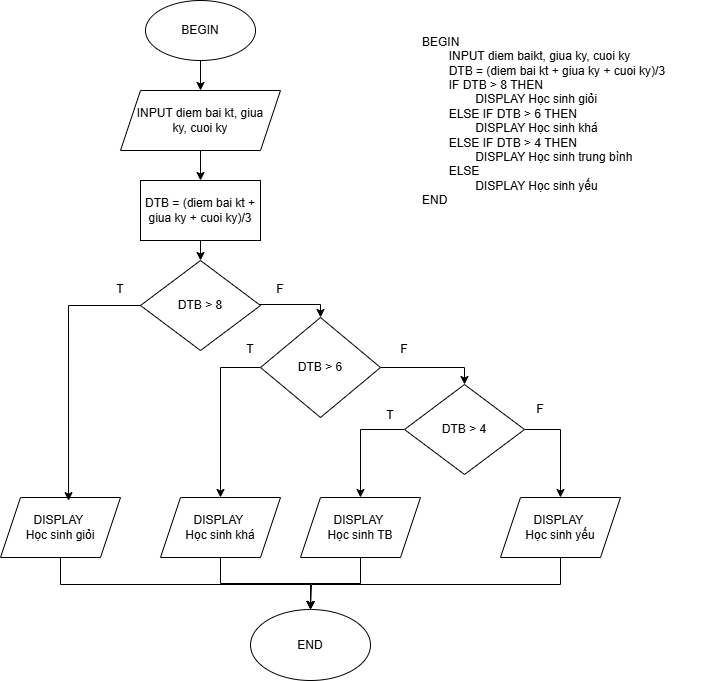
Above: bai2.drawio.png in NguyenHoang1122/btcautrucdk (draw.io), before the change. Source tidied: cells renumbered, new cells last; positions are measured from the earlier drawing's top-left corner, leaving out a move shared by most shapes. The source it was exported from:
```xml
<mxGraphModel background="#ffffff">
  <root>
    <mxCell id="0" />
    <mxCell id="1" parent="0" />
    <mxCell id="2" style="edgeStyle=orthogonalEdgeStyle;rounded=0;jettySize=auto;html=1;" parent="1" edge="1" source="3" target="5">
      <mxGeometry relative="1" as="geometry" />
    </mxCell>
    <mxCell id="3" value="BEGIN" style="ellipse;whiteSpace=wrap;html=1;" parent="1" vertex="1">
      <mxGeometry x="145" width="110" height="60" as="geometry" />
    </mxCell>
    <mxCell id="4" style="edgeStyle=orthogonalEdgeStyle;rounded=0;jettySize=auto;html=1;" parent="1" edge="1" source="5" target="31">
      <mxGeometry relative="1" as="geometry" />
    </mxCell>
    <mxCell id="5" value="INPUT diem bai kt,&amp;nbsp;&lt;span style=&quot;background-color: transparent; color: light-dark(rgb(0, 0, 0), rgb(255, 255, 255));&quot;&gt;giua ky,&amp;nbsp;&lt;/span&gt;&lt;span style=&quot;background-color: transparent; color: light-dark(rgb(0, 0, 0), rgb(255, 255, 255));&quot;&gt;cuoi ky&lt;/span&gt;" style="shape=parallelogram;perimeter=parallelogramPerimeter;whiteSpace=wrap;html=1;fixedSize=1;" parent="1" vertex="1">
      <mxGeometry x="120" y="90" width="160" height="60" as="geometry" />
    </mxCell>
    <mxCell id="6" style="edgeStyle=orthogonalEdgeStyle;rounded=0;jettySize=auto;html=1;entryX=0.5;entryY=0;entryDx=0;entryDy=0;" parent="1" edge="1" source="7" target="12">
      <mxGeometry relative="1" as="geometry">
        <Array as="points">
          <mxPoint x="320" y="304" />
        </Array>
      </mxGeometry>
    </mxCell>
    <mxCell id="7" value="DTB &amp;gt; 8" style="rhombus;whiteSpace=wrap;html=1;" parent="1" vertex="1">
      <mxGeometry x="140" y="260" width="120" height="90" as="geometry" />
    </mxCell>
    <mxCell id="8" style="edgeStyle=orthogonalEdgeStyle;rounded=0;jettySize=auto;html=1;entryX=0.5;entryY=0;entryDx=0;entryDy=0;" parent="1" edge="1" source="9" target="22">
      <mxGeometry relative="1" as="geometry">
        <Array as="points">
          <mxPoint x="60" y="584" />
          <mxPoint x="310" y="584" />
        </Array>
      </mxGeometry>
    </mxCell>
    <mxCell id="9" value="DISPLAY&amp;nbsp;&lt;div&gt;Học sinh giỏi&lt;/div&gt;" style="shape=parallelogram;perimeter=parallelogramPerimeter;whiteSpace=wrap;html=1;fixedSize=1;" parent="1" vertex="1">
      <mxGeometry y="497" width="120" height="60" as="geometry" />
    </mxCell>
    <mxCell id="10" style="edgeStyle=orthogonalEdgeStyle;rounded=0;jettySize=auto;html=1;entryX=0.5;entryY=0;entryDx=0;entryDy=0;" parent="1" edge="1" source="12" target="17">
      <mxGeometry relative="1" as="geometry">
        <Array as="points">
          <mxPoint x="464" y="367" />
        </Array>
      </mxGeometry>
    </mxCell>
    <mxCell id="11" style="edgeStyle=orthogonalEdgeStyle;rounded=0;jettySize=auto;html=1;entryX=0.5;entryY=0;entryDx=0;entryDy=0;exitX=0;exitY=0.5;exitDx=0;exitDy=0;" parent="1" edge="1" source="12" target="14">
      <mxGeometry relative="1" as="geometry" />
    </mxCell>
    <mxCell id="12" value="DTB &amp;gt; 6" style="rhombus;whiteSpace=wrap;html=1;" parent="1" vertex="1">
      <mxGeometry x="260" y="317" width="120" height="100" as="geometry" />
    </mxCell>
    <mxCell id="13" style="edgeStyle=orthogonalEdgeStyle;rounded=0;jettySize=auto;html=1;entryX=0.5;entryY=0;entryDx=0;entryDy=0;" parent="1" edge="1" source="14" target="22">
      <mxGeometry relative="1" as="geometry" />
    </mxCell>
    <mxCell id="14" value="DISPLAY&amp;nbsp;&lt;div&gt;Học sinh khá&lt;/div&gt;" style="shape=parallelogram;perimeter=parallelogramPerimeter;whiteSpace=wrap;html=1;fixedSize=1;" parent="1" vertex="1">
      <mxGeometry x="160" y="497" width="120" height="60" as="geometry" />
    </mxCell>
    <mxCell id="15" style="edgeStyle=orthogonalEdgeStyle;rounded=0;jettySize=auto;html=1;entryX=0.5;entryY=0;entryDx=0;entryDy=0;exitX=1;exitY=0.5;exitDx=0;exitDy=0;" parent="1" edge="1" source="17" target="21">
      <mxGeometry relative="1" as="geometry" />
    </mxCell>
    <mxCell id="16" style="edgeStyle=orthogonalEdgeStyle;rounded=0;jettySize=auto;html=1;entryX=0.5;entryY=0;entryDx=0;entryDy=0;exitX=0;exitY=0.5;exitDx=0;exitDy=0;" parent="1" edge="1" source="17" target="19">
      <mxGeometry relative="1" as="geometry">
        <Array as="points">
          <mxPoint x="360" y="429" />
        </Array>
      </mxGeometry>
    </mxCell>
    <mxCell id="17" value="DTB &amp;gt; 4" style="rhombus;whiteSpace=wrap;html=1;" parent="1" vertex="1">
      <mxGeometry x="404" y="384" width="120" height="90" as="geometry" />
    </mxCell>
    <mxCell id="18" style="edgeStyle=orthogonalEdgeStyle;rounded=0;jettySize=auto;html=1;entryX=0.5;entryY=0;entryDx=0;entryDy=0;" parent="1" edge="1" source="19" target="22">
      <mxGeometry relative="1" as="geometry" />
    </mxCell>
    <mxCell id="19" value="DISPLAY&amp;nbsp;&lt;div&gt;Học sinh TB&lt;/div&gt;" style="shape=parallelogram;perimeter=parallelogramPerimeter;whiteSpace=wrap;html=1;fixedSize=1;" parent="1" vertex="1">
      <mxGeometry x="300" y="497" width="120" height="60" as="geometry" />
    </mxCell>
    <mxCell id="20" style="edgeStyle=orthogonalEdgeStyle;rounded=0;jettySize=auto;html=1;entryX=0.5;entryY=0;entryDx=0;entryDy=0;" parent="1" edge="1" source="21" target="22">
      <mxGeometry relative="1" as="geometry">
        <Array as="points">
          <mxPoint x="560" y="584" />
          <mxPoint x="311" y="584" />
        </Array>
      </mxGeometry>
    </mxCell>
    <mxCell id="21" value="DISPLAY&amp;nbsp;&lt;div&gt;Học sinh yếu&lt;/div&gt;" style="shape=parallelogram;perimeter=parallelogramPerimeter;whiteSpace=wrap;html=1;fixedSize=1;" parent="1" vertex="1">
      <mxGeometry x="500" y="497" width="120" height="60" as="geometry" />
    </mxCell>
    <mxCell id="22" value="END" style="ellipse;whiteSpace=wrap;html=1;" parent="1" vertex="1">
      <mxGeometry x="250" y="609" width="120" height="71" as="geometry" />
    </mxCell>
    <mxCell id="23" style="edgeStyle=orthogonalEdgeStyle;rounded=0;jettySize=auto;html=1;entryX=0.567;entryY=0.053;entryDx=0;entryDy=0;entryPerimeter=0;" parent="1" edge="1" source="7" target="9">
      <mxGeometry relative="1" as="geometry" />
    </mxCell>
    <mxCell id="24" value="T" style="text;html=1;align=center;verticalAlign=middle;whiteSpace=wrap;rounded=0;" parent="1" vertex="1">
      <mxGeometry x="90" y="274" width="60" height="30" as="geometry" />
    </mxCell>
    <mxCell id="25" value="F" style="text;html=1;align=center;verticalAlign=middle;whiteSpace=wrap;rounded=0;" parent="1" vertex="1">
      <mxGeometry x="250" y="274" width="60" height="30" as="geometry" />
    </mxCell>
    <mxCell id="26" value="T" style="text;html=1;align=center;verticalAlign=middle;whiteSpace=wrap;rounded=0;" parent="1" vertex="1">
      <mxGeometry x="220" y="334" width="60" height="30" as="geometry" />
    </mxCell>
    <mxCell id="27" value="T" style="text;html=1;align=center;verticalAlign=middle;whiteSpace=wrap;rounded=0;" parent="1" vertex="1">
      <mxGeometry x="360" y="400" width="60" height="30" as="geometry" />
    </mxCell>
    <mxCell id="28" value="F" style="text;html=1;align=center;verticalAlign=middle;whiteSpace=wrap;rounded=0;" parent="1" vertex="1">
      <mxGeometry x="374" y="334" width="60" height="30" as="geometry" />
    </mxCell>
    <mxCell id="29" value="F" style="text;html=1;align=center;verticalAlign=middle;whiteSpace=wrap;rounded=0;" parent="1" vertex="1">
      <mxGeometry x="510" y="394" width="60" height="30" as="geometry" />
    </mxCell>
    <mxCell id="30" style="edgeStyle=orthogonalEdgeStyle;rounded=0;jettySize=auto;html=1;exitX=0.5;exitY=1;exitDx=0;exitDy=0;entryX=0.5;entryY=0;entryDx=0;entryDy=0;" parent="1" edge="1" source="31" target="7">
      <mxGeometry relative="1" as="geometry" />
    </mxCell>
    <mxCell id="31" value="DTB = (diem bai kt + giua ky + cuoi ky)/3" style="rounded=0;whiteSpace=wrap;html=1;" parent="1" vertex="1">
      <mxGeometry x="140" y="180" width="120" height="60" as="geometry" />
    </mxCell>
    <mxCell id="32" value="BEGIN&lt;div&gt;&lt;span style=&quot;white-space: pre;&quot;&gt;&#9;&lt;/span&gt;INPUT diem baikt, giua ky, cuoi ky&lt;/div&gt;&lt;div&gt;&lt;span style=&quot;white-space: pre;&quot;&gt;&#9;&lt;/span&gt;&lt;span style=&quot;text-align: center; background-color: transparent; color: light-dark(rgb(0, 0, 0), rgb(255, 255, 255));&quot;&gt;DTB = (diem bai kt + giua ky + cuoi ky)/3&lt;/span&gt;&lt;br&gt;&lt;/div&gt;&lt;div&gt;&lt;span style=&quot;text-align: center; background-color: transparent; color: light-dark(rgb(0, 0, 0), rgb(255, 255, 255));&quot;&gt;&lt;span style=&quot;white-space: pre;&quot;&gt;&#9;&lt;/span&gt;IF DTB &amp;gt; 8 THEN&lt;br&gt;&lt;/span&gt;&lt;/div&gt;&lt;div&gt;&lt;span style=&quot;text-align: center; background-color: transparent; color: light-dark(rgb(0, 0, 0), rgb(255, 255, 255));&quot;&gt;&lt;span style=&quot;white-space: pre;&quot;&gt;&#9;&lt;/span&gt;&lt;span style=&quot;white-space: pre;&quot;&gt;&#9;&lt;/span&gt;DISPLAY Học sinh giỏi&lt;br&gt;&lt;/span&gt;&lt;/div&gt;&lt;div&gt;&lt;span style=&quot;text-align: center; background-color: transparent; color: light-dark(rgb(0, 0, 0), rgb(255, 255, 255));&quot;&gt;&lt;span style=&quot;white-space: pre;&quot;&gt;&#9;&lt;/span&gt;ELSE IF DTB &amp;gt; 6 THEN&lt;/span&gt;&lt;span style=&quot;background-color: transparent; color: light-dark(rgb(0, 0, 0), rgb(255, 255, 255)); text-align: center; white-space: pre;&quot;&gt;&#9;&lt;/span&gt;&lt;/div&gt;&lt;div&gt;&lt;span style=&quot;text-align: center; background-color: transparent; color: light-dark(rgb(0, 0, 0), rgb(255, 255, 255));&quot;&gt;&lt;span style=&quot;white-space: pre;&quot;&gt;&#9;&lt;/span&gt;&lt;span style=&quot;white-space: pre;&quot;&gt;&#9;&lt;/span&gt;DISPLAY&amp;nbsp;&lt;/span&gt;&lt;span style=&quot;text-align: center; background-color: transparent; color: light-dark(rgb(0, 0, 0), rgb(255, 255, 255));&quot;&gt;Học sinh khá&lt;/span&gt;&lt;/div&gt;&lt;div&gt;&lt;span style=&quot;text-align: center; background-color: transparent; color: light-dark(rgb(0, 0, 0), rgb(255, 255, 255));&quot;&gt;&lt;span style=&quot;white-space: pre;&quot;&gt;&#9;&lt;/span&gt;ELSE IF DTB &amp;gt; 4 THEN&lt;br&gt;&lt;/span&gt;&lt;/div&gt;&lt;div&gt;&lt;span style=&quot;text-align: center; background-color: transparent; color: light-dark(rgb(0, 0, 0), rgb(255, 255, 255));&quot;&gt;&lt;span style=&quot;white-space: pre;&quot;&gt;&#9;&lt;/span&gt;&lt;span style=&quot;white-space: pre;&quot;&gt;&#9;&lt;/span&gt;DISPLAY Học sinh trung bình&lt;br&gt;&lt;/span&gt;&lt;/div&gt;&lt;div&gt;&lt;span style=&quot;text-align: center; background-color: transparent; color: light-dark(rgb(0, 0, 0), rgb(255, 255, 255));&quot;&gt;&lt;span style=&quot;white-space: pre;&quot;&gt;&#9;&lt;/span&gt;ELSE&lt;br&gt;&lt;/span&gt;&lt;/div&gt;&lt;div&gt;&lt;span style=&quot;text-align: center; background-color: transparent; color: light-dark(rgb(0, 0, 0), rgb(255, 255, 255));&quot;&gt;&lt;span style=&quot;white-space: pre;&quot;&gt;&#9;&lt;/span&gt;&lt;span style=&quot;white-space: pre;&quot;&gt;&#9;&lt;/span&gt;DISPLAY Học sinh yếu&lt;br&gt;&lt;/span&gt;&lt;/div&gt;&lt;div style=&quot;&quot;&gt;END&lt;/div&gt;&lt;div&gt;&lt;br&gt;&lt;/div&gt;&lt;div style=&quot;&quot;&gt;&lt;br&gt;&lt;/div&gt;" style="text;html=1;align=left;verticalAlign=middle;whiteSpace=wrap;rounded=0;" parent="1" vertex="1">
      <mxGeometry x="420" y="40" width="290" height="190" as="geometry" />
    </mxCell>
  </root>
</mxGraphModel>
```
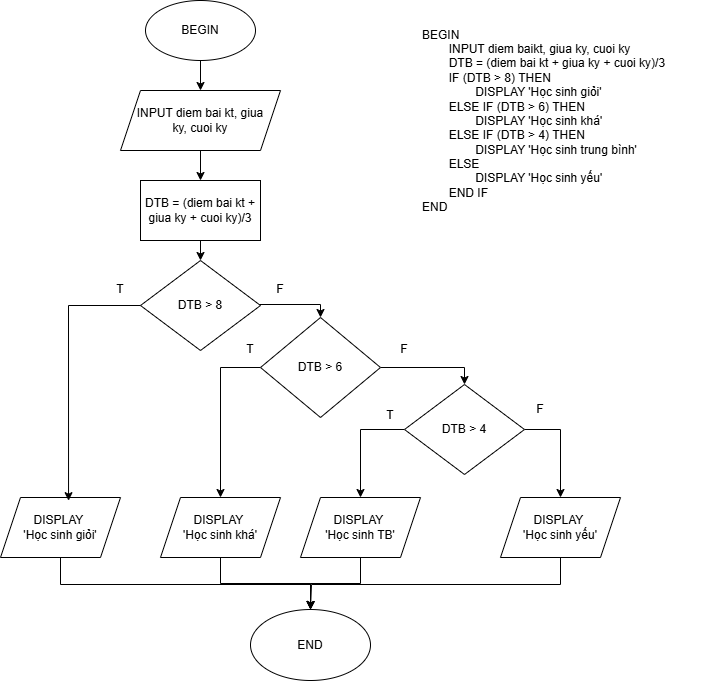
The same file after the commit.

The edit, as a diff of the source:
```diff
@@ -32,7 +32,7 @@
         </Array>
       </mxGeometry>
     </mxCell>
-    <mxCell id="9" value="DISPLAY&amp;nbsp;&lt;div&gt;Học sinh giỏi&lt;/div&gt;" style="shape=parallelogram;perimeter=parallelogramPerimeter;whiteSpace=wrap;html=1;fixedSize=1;" parent="1" vertex="1">
+    <mxCell id="9" value="DISPLAY&amp;nbsp;&lt;div&gt;'Học sinh giỏi'&lt;/div&gt;" style="shape=parallelogram;perimeter=parallelogramPerimeter;whiteSpace=wrap;html=1;fixedSize=1;" parent="1" vertex="1">
       <mxGeometry y="497" width="120" height="60" as="geometry" />
     </mxCell>
     <mxCell id="10" style="edgeStyle=orthogonalEdgeStyle;rounded=0;jettySize=auto;html=1;entryX=0.5;entryY=0;entryDx=0;entryDy=0;" parent="1" edge="1" source="12" target="17">
@@ -51,7 +51,7 @@
     <mxCell id="13" style="edgeStyle=orthogonalEdgeStyle;rounded=0;jettySize=auto;html=1;entryX=0.5;entryY=0;entryDx=0;entryDy=0;" parent="1" edge="1" source="14" target="22">
       <mxGeometry relative="1" as="geometry" />
     </mxCell>
-    <mxCell id="14" value="DISPLAY&amp;nbsp;&lt;div&gt;Học sinh khá&lt;/div&gt;" style="shape=parallelogram;perimeter=parallelogramPerimeter;whiteSpace=wrap;html=1;fixedSize=1;" parent="1" vertex="1">
+    <mxCell id="14" value="DISPLAY&amp;nbsp;&lt;div&gt;'Học sinh khá'&lt;/div&gt;" style="shape=parallelogram;perimeter=parallelogramPerimeter;whiteSpace=wrap;html=1;fixedSize=1;" parent="1" vertex="1">
       <mxGeometry x="160" y="497" width="120" height="60" as="geometry" />
     </mxCell>
     <mxCell id="15" style="edgeStyle=orthogonalEdgeStyle;rounded=0;jettySize=auto;html=1;entryX=0.5;entryY=0;entryDx=0;entryDy=0;exitX=1;exitY=0.5;exitDx=0;exitDy=0;" parent="1" edge="1" source="17" target="21">
@@ -70,7 +70,7 @@
     <mxCell id="18" style="edgeStyle=orthogonalEdgeStyle;rounded=0;jettySize=auto;html=1;entryX=0.5;entryY=0;entryDx=0;entryDy=0;" parent="1" edge="1" source="19" target="22">
       <mxGeometry relative="1" as="geometry" />
     </mxCell>
-    <mxCell id="19" value="DISPLAY&amp;nbsp;&lt;div&gt;Học sinh TB&lt;/div&gt;" style="shape=parallelogram;perimeter=parallelogramPerimeter;whiteSpace=wrap;html=1;fixedSize=1;" parent="1" vertex="1">
+    <mxCell id="19" value="DISPLAY&amp;nbsp;&lt;div&gt;'Học sinh TB'&lt;/div&gt;" style="shape=parallelogram;perimeter=parallelogramPerimeter;whiteSpace=wrap;html=1;fixedSize=1;" parent="1" vertex="1">
       <mxGeometry x="300" y="497" width="120" height="60" as="geometry" />
     </mxCell>
     <mxCell id="20" style="edgeStyle=orthogonalEdgeStyle;rounded=0;jettySize=auto;html=1;entryX=0.5;entryY=0;entryDx=0;entryDy=0;" parent="1" edge="1" source="21" target="22">
@@ -81,7 +81,7 @@
         </Array>
       </mxGeometry>
     </mxCell>
-    <mxCell id="21" value="DISPLAY&amp;nbsp;&lt;div&gt;Học sinh yếu&lt;/div&gt;" style="shape=parallelogram;perimeter=parallelogramPerimeter;whiteSpace=wrap;html=1;fixedSize=1;" parent="1" vertex="1">
+    <mxCell id="21" value="DISPLAY&amp;nbsp;&lt;div&gt;'Học sinh yếu'&lt;/div&gt;" style="shape=parallelogram;perimeter=parallelogramPerimeter;whiteSpace=wrap;html=1;fixedSize=1;" parent="1" vertex="1">
       <mxGeometry x="500" y="497" width="120" height="60" as="geometry" />
     </mxCell>
     <mxCell id="22" value="END" style="ellipse;whiteSpace=wrap;html=1;" parent="1" vertex="1">
@@ -114,7 +114,7 @@
     <mxCell id="31" value="DTB = (diem bai kt + giua ky + cuoi ky)/3" style="rounded=0;whiteSpace=wrap;html=1;" parent="1" vertex="1">
       <mxGeometry x="140" y="180" width="120" height="60" as="geometry" />
     </mxCell>
-    <mxCell id="32" value="BEGIN&lt;div&gt;&lt;span style=&quot;white-space: pre;&quot;&gt;&#9;&lt;/span&gt;INPUT diem baikt, giua ky, cuoi ky&lt;/div&gt;&lt;div&gt;&lt;span style=&quot;white-space: pre;&quot;&gt;&#9;&lt;/span&gt;&lt;span style=&quot;text-align: center; background-color: transparent; color: light-dark(rgb(0, 0, 0), rgb(255, 255, 255));&quot;&gt;DTB = (diem bai kt + giua ky + cuoi ky)/3&lt;/span&gt;&lt;br&gt;&lt;/div&gt;&lt;div&gt;&lt;span style=&quot;text-align: center; background-color: transparent; color: light-dark(rgb(0, 0, 0), rgb(255, 255, 255));&quot;&gt;&lt;span style=&quot;white-space: pre;&quot;&gt;&#9;&lt;/span&gt;IF DTB &amp;gt; 8 THEN&lt;br&gt;&lt;/span&gt;&lt;/div&gt;&lt;div&gt;&lt;span style=&quot;text-align: center; background-color: transparent; color: light-dark(rgb(0, 0, 0), rgb(255, 255, 255));&quot;&gt;&lt;span style=&quot;white-space: pre;&quot;&gt;&#9;&lt;/span&gt;&lt;span style=&quot;white-space: pre;&quot;&gt;&#9;&lt;/span&gt;DISPLAY Học sinh giỏi&lt;br&gt;&lt;/span&gt;&lt;/div&gt;&lt;div&gt;&lt;span style=&quot;text-align: center; background-color: transparent; color: light-dark(rgb(0, 0, 0), rgb(255, 255, 255));&quot;&gt;&lt;span style=&quot;white-space: pre;&quot;&gt;&#9;&lt;/span&gt;ELSE IF DTB &amp;gt; 6 THEN&lt;/span&gt;&lt;span style=&quot;background-color: transparent; color: light-dark(rgb(0, 0, 0), rgb(255, 255, 255)); text-align: center; white-space: pre;&quot;&gt;&#9;&lt;/span&gt;&lt;/div&gt;&lt;div&gt;&lt;span style=&quot;text-align: center; background-color: transparent; color: light-dark(rgb(0, 0, 0), rgb(255, 255, 255));&quot;&gt;&lt;span style=&quot;white-space: pre;&quot;&gt;&#9;&lt;/span&gt;&lt;span style=&quot;white-space: pre;&quot;&gt;&#9;&lt;/span&gt;DISPLAY&amp;nbsp;&lt;/span&gt;&lt;span style=&quot;text-align: center; background-color: transparent; color: light-dark(rgb(0, 0, 0), rgb(255, 255, 255));&quot;&gt;Học sinh khá&lt;/span&gt;&lt;/div&gt;&lt;div&gt;&lt;span style=&quot;text-align: center; background-color: transparent; color: light-dark(rgb(0, 0, 0), rgb(255, 255, 255));&quot;&gt;&lt;span style=&quot;white-space: pre;&quot;&gt;&#9;&lt;/span&gt;ELSE IF DTB &amp;gt; 4 THEN&lt;br&gt;&lt;/span&gt;&lt;/div&gt;&lt;div&gt;&lt;span style=&quot;text-align: center; background-color: transparent; color: light-dark(rgb(0, 0, 0), rgb(255, 255, 255));&quot;&gt;&lt;span style=&quot;white-space: pre;&quot;&gt;&#9;&lt;/span&gt;&lt;span style=&quot;white-space: pre;&quot;&gt;&#9;&lt;/span&gt;DISPLAY Học sinh trung bình&lt;br&gt;&lt;/span&gt;&lt;/div&gt;&lt;div&gt;&lt;span style=&quot;text-align: center; background-color: transparent; color: light-dark(rgb(0, 0, 0), rgb(255, 255, 255));&quot;&gt;&lt;span style=&quot;white-space: pre;&quot;&gt;&#9;&lt;/span&gt;ELSE&lt;br&gt;&lt;/span&gt;&lt;/div&gt;&lt;div&gt;&lt;span style=&quot;text-align: center; background-color: transparent; color: light-dark(rgb(0, 0, 0), rgb(255, 255, 255));&quot;&gt;&lt;span style=&quot;white-space: pre;&quot;&gt;&#9;&lt;/span&gt;&lt;span style=&quot;white-space: pre;&quot;&gt;&#9;&lt;/span&gt;DISPLAY Học sinh yếu&lt;br&gt;&lt;/span&gt;&lt;/div&gt;&lt;div style=&quot;&quot;&gt;END&lt;/div&gt;&lt;div&gt;&lt;br&gt;&lt;/div&gt;&lt;div style=&quot;&quot;&gt;&lt;br&gt;&lt;/div&gt;" style="text;html=1;align=left;verticalAlign=middle;whiteSpace=wrap;rounded=0;" parent="1" vertex="1">
+    <mxCell id="32" value="BEGIN&lt;div&gt;&lt;span style=&quot;white-space: pre;&quot;&gt;&#9;&lt;/span&gt;INPUT diem baikt, giua ky, cuoi ky&lt;/div&gt;&lt;div&gt;&lt;span style=&quot;white-space: pre;&quot;&gt;&#9;&lt;/span&gt;&lt;span style=&quot;text-align: center; background-color: transparent; color: light-dark(rgb(0, 0, 0), rgb(255, 255, 255));&quot;&gt;DTB = (diem bai kt + giua ky + cuoi ky)/3&lt;/span&gt;&lt;br&gt;&lt;/div&gt;&lt;div&gt;&lt;span style=&quot;text-align: center; background-color: transparent; color: light-dark(rgb(0, 0, 0), rgb(255, 255, 255));&quot;&gt;&lt;span style=&quot;white-space: pre;&quot;&gt;&#9;&lt;/span&gt;IF (DTB &amp;gt; 8) THEN&lt;br&gt;&lt;/span&gt;&lt;/div&gt;&lt;div&gt;&lt;span style=&quot;text-align: center; background-color: transparent; color: light-dark(rgb(0, 0, 0), rgb(255, 255, 255));&quot;&gt;&lt;span style=&quot;white-space: pre;&quot;&gt;&#9;&lt;/span&gt;&lt;span style=&quot;white-space: pre;&quot;&gt;&#9;&lt;/span&gt;DISPLAY 'Học sinh giỏi'&lt;br&gt;&lt;/span&gt;&lt;/div&gt;&lt;div&gt;&lt;span style=&quot;text-align: center; background-color: transparent; color: light-dark(rgb(0, 0, 0), rgb(255, 255, 255));&quot;&gt;&lt;span style=&quot;white-space: pre;&quot;&gt;&#9;&lt;/span&gt;ELSE IF (DTB &amp;gt; 6) THEN&lt;/span&gt;&lt;span style=&quot;background-color: transparent; color: light-dark(rgb(0, 0, 0), rgb(255, 255, 255)); text-align: center; white-space: pre;&quot;&gt;&#9;&lt;/span&gt;&lt;/div&gt;&lt;div&gt;&lt;span style=&quot;text-align: center; background-color: transparent; color: light-dark(rgb(0, 0, 0), rgb(255, 255, 255));&quot;&gt;&lt;span style=&quot;white-space: pre;&quot;&gt;&#9;&lt;/span&gt;&lt;span style=&quot;white-space: pre;&quot;&gt;&#9;&lt;/span&gt;DISPLAY '&lt;/span&gt;&lt;span style=&quot;text-align: center; background-color: transparent; color: light-dark(rgb(0, 0, 0), rgb(255, 255, 255));&quot;&gt;Học sinh khá'&lt;/span&gt;&lt;/div&gt;&lt;div&gt;&lt;span style=&quot;text-align: center; background-color: transparent; color: light-dark(rgb(0, 0, 0), rgb(255, 255, 255));&quot;&gt;&lt;span style=&quot;white-space: pre;&quot;&gt;&#9;&lt;/span&gt;ELSE IF (DTB &amp;gt; 4) THEN&lt;br&gt;&lt;/span&gt;&lt;/div&gt;&lt;div&gt;&lt;span style=&quot;text-align: center; background-color: transparent; color: light-dark(rgb(0, 0, 0), rgb(255, 255, 255));&quot;&gt;&lt;span style=&quot;white-space: pre;&quot;&gt;&#9;&lt;/span&gt;&lt;span style=&quot;white-space: pre;&quot;&gt;&#9;&lt;/span&gt;DISPLAY 'Học sinh trung bình'&lt;br&gt;&lt;/span&gt;&lt;/div&gt;&lt;div&gt;&lt;span style=&quot;text-align: center; background-color: transparent; color: light-dark(rgb(0, 0, 0), rgb(255, 255, 255));&quot;&gt;&lt;span style=&quot;white-space: pre;&quot;&gt;&#9;&lt;/span&gt;ELSE&lt;br&gt;&lt;/span&gt;&lt;/div&gt;&lt;div&gt;&lt;span style=&quot;text-align: center; background-color: transparent; color: light-dark(rgb(0, 0, 0), rgb(255, 255, 255));&quot;&gt;&lt;span style=&quot;white-space: pre;&quot;&gt;&#9;&lt;/span&gt;&lt;span style=&quot;white-space: pre;&quot;&gt;&#9;&lt;/span&gt;DISPLAY 'Học sinh yếu'&lt;br&gt;&lt;/span&gt;&lt;/div&gt;&lt;div&gt;&lt;span style=&quot;text-align: center; background-color: transparent; color: light-dark(rgb(0, 0, 0), rgb(255, 255, 255));&quot;&gt;&lt;span style=&quot;white-space: pre;&quot;&gt;&#9;&lt;/span&gt;END IF&lt;br&gt;&lt;/span&gt;&lt;/div&gt;&lt;div style=&quot;&quot;&gt;END&lt;/div&gt;&lt;div&gt;&lt;br&gt;&lt;/div&gt;&lt;div style=&quot;&quot;&gt;&lt;br&gt;&lt;/div&gt;" style="text;html=1;align=left;verticalAlign=middle;whiteSpace=wrap;rounded=0;" parent="1" vertex="1">
       <mxGeometry x="420" y="40" width="290" height="190" as="geometry" />
     </mxCell>
   </root>
```
